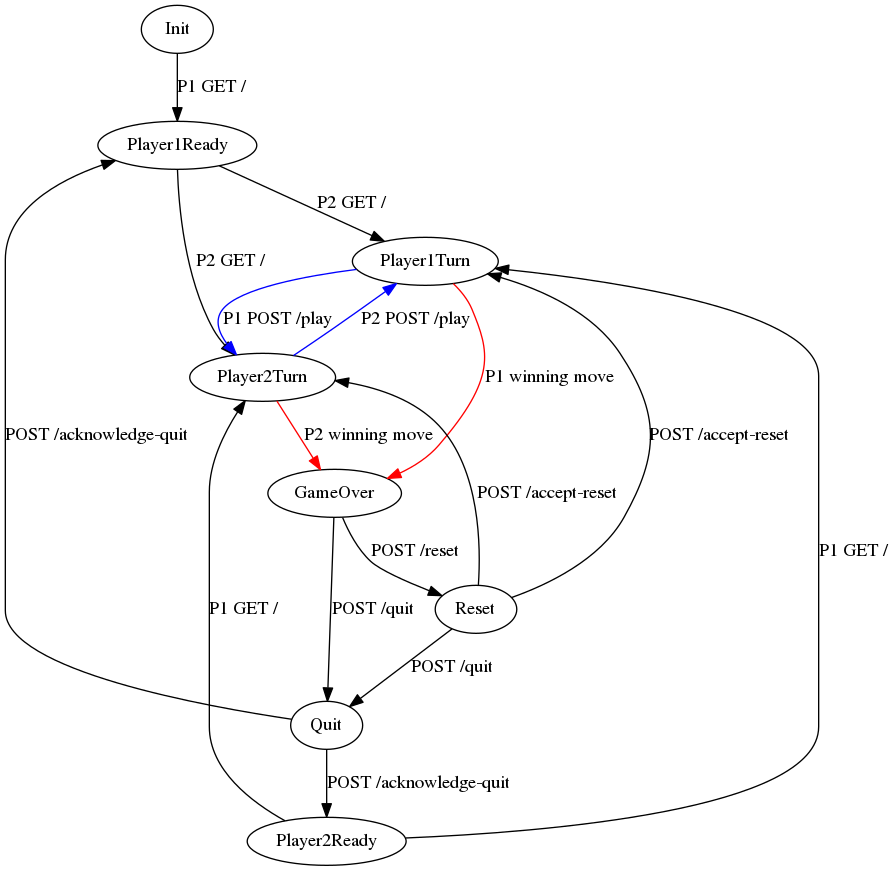
Earlier version of the Graphviz export doc/finite-state-machine.png (lj-ditrapani/tic-tac-toe). Its source is kept beside it as doc/finite-state-machine.dot.
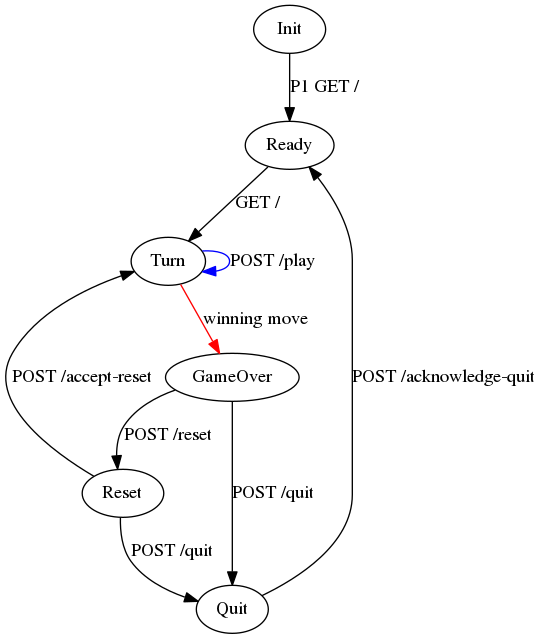
Later version of the same file.

What changed in the source:
```diff
@@ -1,18 +1,11 @@
 digraph {
-Init -> Player1Ready[label="P1 GET /"];
-Player1Ready -> Player1Turn[label="P2 GET /"];
-Player1Ready -> Player2Turn[label="P2 GET /"];
-Player2Ready -> Player1Turn[label="P1 GET /"];
-Player2Ready -> Player2Turn[label="P1 GET /"];
-Player1Turn -> Player2Turn[label="P1 POST /play", color="blue"];
-Player2Turn -> Player1Turn[label="P2 POST /play", color="blue"];
-Player1Turn -> GameOver[label="P1 winning move", color="red"];
-Player2Turn -> GameOver[label="P2 winning move", color="red"];
+Init -> Ready[label="P1 GET /"];
+Ready -> Turn[label="GET /"];
+Turn -> Turn[label="POST /play", color="blue"];
+Turn -> GameOver[label="winning move", color="red"];
 GameOver -> Reset[label="POST /reset"];
 GameOver -> Quit[label="POST /quit"];
-Reset -> Player1Turn[label="POST /accept-reset"];
-Reset -> Player2Turn[label="POST /accept-reset"];
+Reset -> Turn[label="POST /accept-reset"];
 Reset -> Quit[label="POST /quit"];
-Quit -> Player1Ready[label="POST /acknowledge-quit"];
-Quit -> Player2Ready[label="POST /acknowledge-quit"];
+Quit -> Ready[label="POST /acknowledge-quit"];
 }
```
